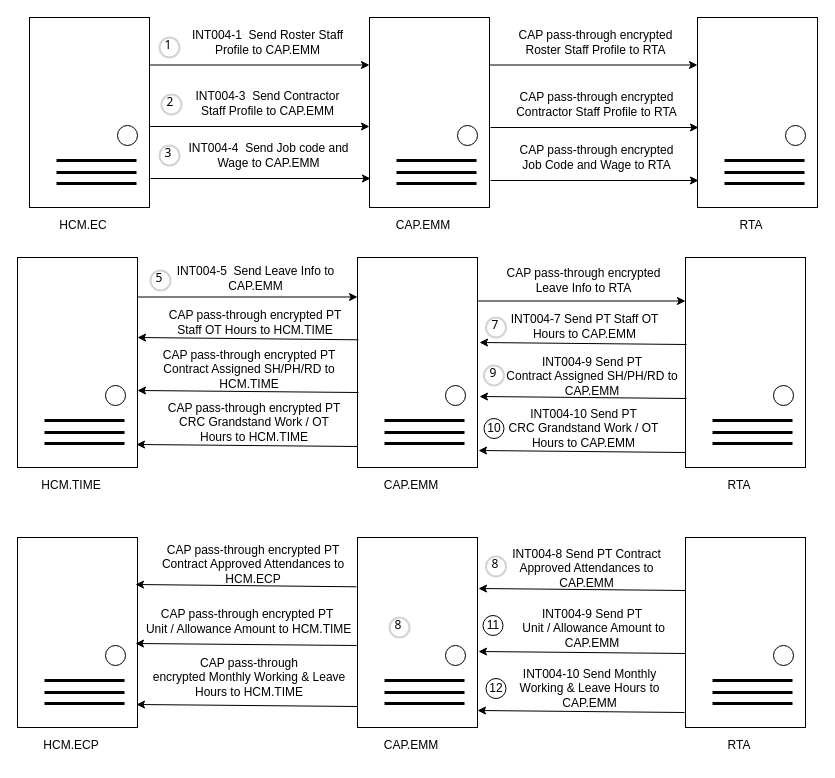
This is page "RTA" (16 of 19) of Untitled Diagram.drawio from wsxad234/flowchart, a draw.io file, before an edit. Source tidied: cells renumbered, new cells numbered last; positions are measured from the earlier drawing's top-left corner, leaving out a move shared by most shapes. Both pictures are drawn from the tidied source at 100%, with x=0, y=0 at pixel (17, 17).
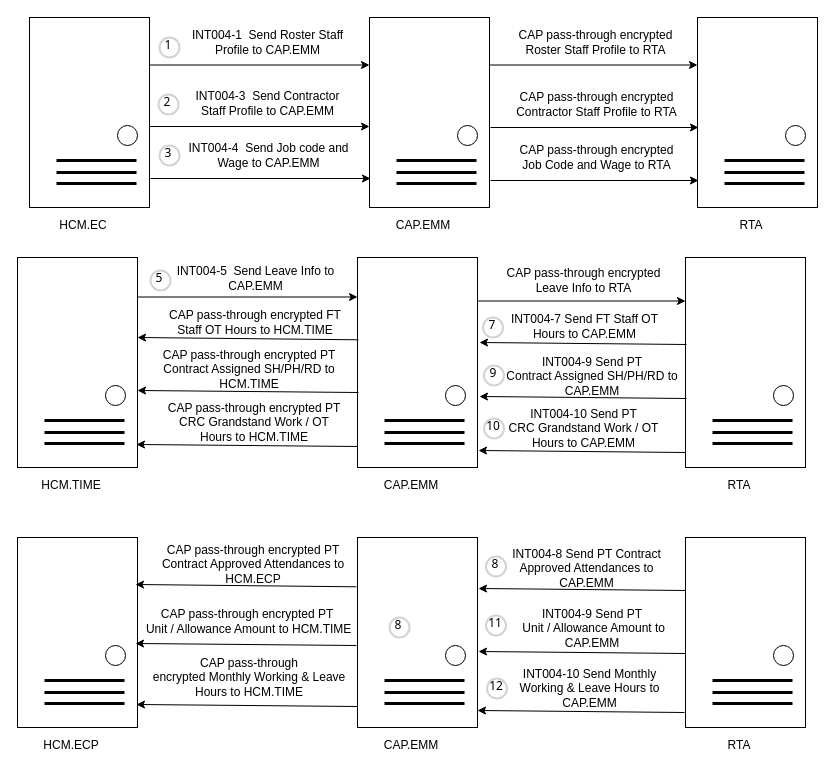
After the change.

Diff of the diagram source:
```diff
@@
     <mxCell id="29" value="2" style="ellipse;whiteSpace=wrap;html=1;strokeWidth=2;fontFamily=Tahoma;spacingBottom=4;spacingRight=2;strokeColor=#d3d3d3;" parent="1" vertex="1">
-      <mxGeometry x="144" y="77" width="20" height="20" as="geometry" />
+      <mxGeometry x="141" y="77" width="20" height="20" as="geometry" />
     </mxCell>
@@
-    <mxCell id="57" value="INT004-7 Send PT Staff OT Hours to CAP.EMM" style="text;html=1;strokeColor=none;fillColor=none;align=center;verticalAlign=middle;whiteSpace=wrap;rounded=0;" parent="1" vertex="1">
+    <mxCell id="57" value="INT004-7 Send FT Staff OT Hours to CAP.EMM" style="text;html=1;strokeColor=none;fillColor=none;align=center;verticalAlign=middle;whiteSpace=wrap;rounded=0;" parent="1" vertex="1">
       <mxGeometry x="480.5" y="289" width="173" height="40" as="geometry" />
     </mxCell>
-    <mxCell id="58" value="CAP pass-through encrypted PT Staff OT Hours to HCM.TIME" style="text;html=1;strokeColor=none;fillColor=none;align=center;verticalAlign=middle;whiteSpace=wrap;rounded=0;" parent="1" vertex="1">
+    <mxCell id="58" value="CAP pass-through encrypted FT Staff OT Hours to HCM.TIME" style="text;html=1;strokeColor=none;fillColor=none;align=center;verticalAlign=middle;whiteSpace=wrap;rounded=0;" parent="1" vertex="1">
       <mxGeometry x="144" y="285" width="188" height="40" as="geometry" />
     </mxCell>
@@
     <mxCell id="62" value="7" style="ellipse;whiteSpace=wrap;html=1;strokeWidth=2;fontFamily=Tahoma;spacingBottom=4;spacingRight=2;strokeColor=#d3d3d3;" parent="1" vertex="1">
-      <mxGeometry x="468.5" y="300" width="20" height="20" as="geometry" />
+      <mxGeometry x="465.5" y="300" width="20" height="20" as="geometry" />
     </mxCell>
@@
-    <mxCell id="72" value="10" style="ellipse;whiteSpace=wrap;html=1;" parent="1" vertex="1">
+    <mxCell id="72" value="10" style="ellipse;whiteSpace=wrap;html=1;strokeWidth=2;fontFamily=Tahoma;spacingBottom=4;spacingRight=2;strokeColor=#d3d3d3;" parent="1" vertex="1">
       <mxGeometry x="466.5" y="401" width="20" height="20" as="geometry" />
     </mxCell>
@@
-    <mxCell id="97" value="12" style="ellipse;whiteSpace=wrap;html=1;" parent="1" vertex="1">
-      <mxGeometry x="468.5" y="661" width="20" height="20" as="geometry" />
+    <mxCell id="97" value="12" style="ellipse;whiteSpace=wrap;html=1;strokeWidth=2;fontFamily=Tahoma;spacingBottom=4;spacingRight=2;strokeColor=#d3d3d3;" parent="1" vertex="1">
+      <mxGeometry x="469.5" y="661" width="20" height="20" as="geometry" />
     </mxCell>
@@
-    <mxCell id="106" value="11" style="ellipse;whiteSpace=wrap;html=1;" parent="1" vertex="1">
-      <mxGeometry x="465.5" y="598" width="20" height="20" as="geometry" />
+    <mxCell id="106" value="11" style="ellipse;whiteSpace=wrap;html=1;strokeWidth=2;fontFamily=Tahoma;spacingBottom=4;spacingRight=2;strokeColor=#d3d3d3;" parent="1" vertex="1">
+      <mxGeometry x="468.5" y="598" width="20" height="20" as="geometry" />
     </mxCell>
```
